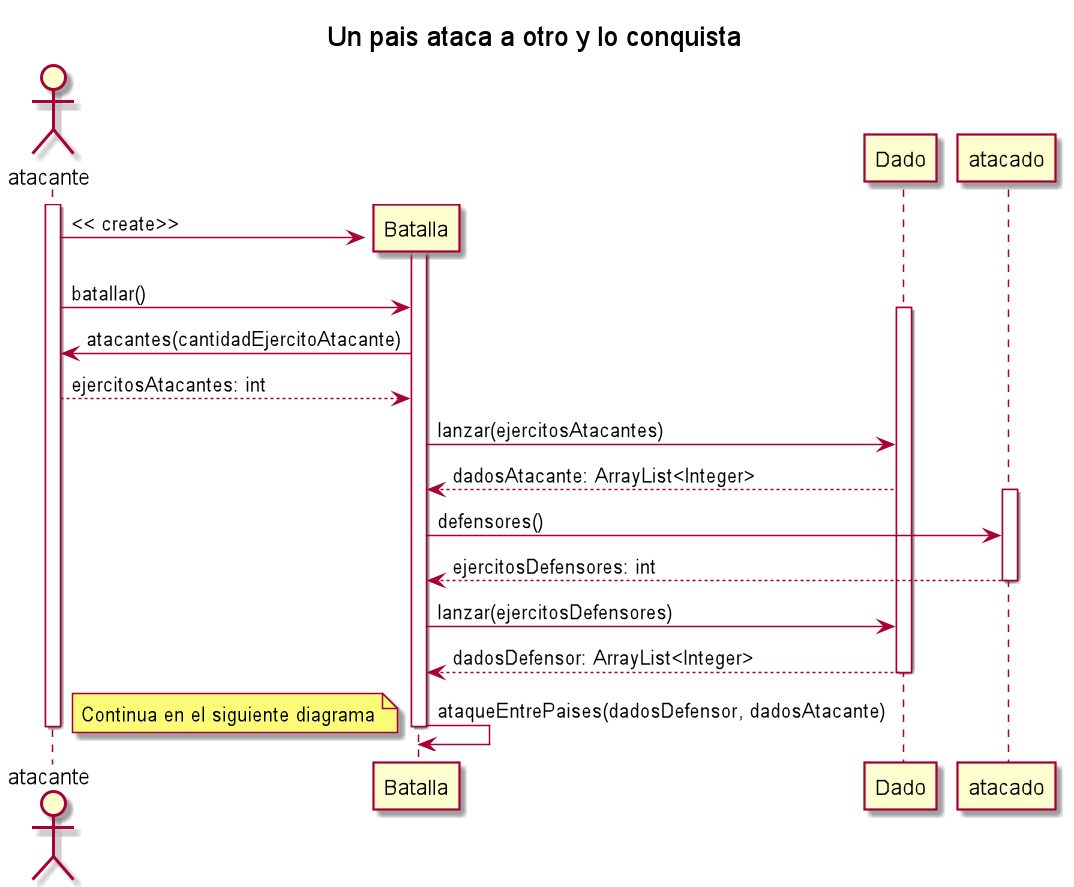
This is docs/diagramasUML/unPaisAtacaAOtroYLoConquista2.png from nauee/Algo3-TP2, a PlantUML export, as it was before one commit. Source of this version:
```plantuml
@startuml

title Un pais ataca a otro y lo conquista

Actor atacante

atacante++

Batalla++

atacante -> Batalla **: << create>>
atacante -> Batalla: batallar()

Dado++

Batalla -> atacante: atacantes(cantidadEjercitoAtacante)
atacante --> Batalla: ejercitosAtacantes: int
Batalla -> Dado: lanzar(ejercitosAtacantes)
Dado --> Batalla: dadosAtacante: ArrayList<Integer>

atacado++

Batalla -> atacado: defensores()
atacado --> Batalla: ejercitosDefensores: int

atacado--

Batalla -> Dado: lanzar(ejercitosDefensores)
Dado --> Batalla: dadosDefensor: ArrayList<Integer>

Dado--

Batalla -> Batalla: ataqueEntrePaises(dadosDefensor, dadosAtacante)
note left: Continua en el siguiente diagrama

atacante--

Batalla--

atacante--

@enduml
```
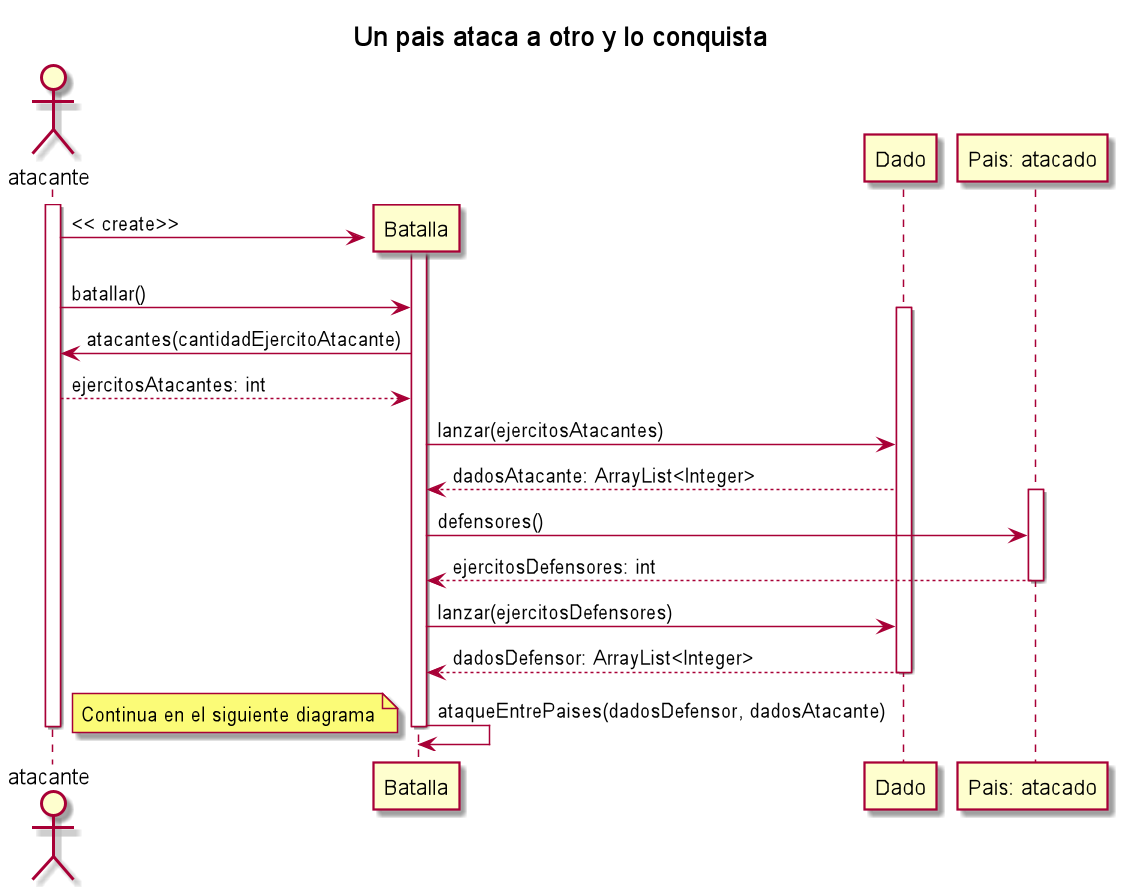
The same diagram one commit later.

Commit message:
UPDATE: diagrama de secuencia

Diff of the diagram source:
```diff
@@ -3,7 +3,6 @@
 title Un pais ataca a otro y lo conquista
 
 Actor atacante
-
 atacante++
 
 Batalla++
@@ -18,6 +17,7 @@
 Batalla -> Dado: lanzar(ejercitosAtacantes)
 Dado --> Batalla: dadosAtacante: ArrayList<Integer>
 
+Participant "Pais: atacado" as atacado
 atacado++
 
 Batalla -> atacado: defensores()
```
